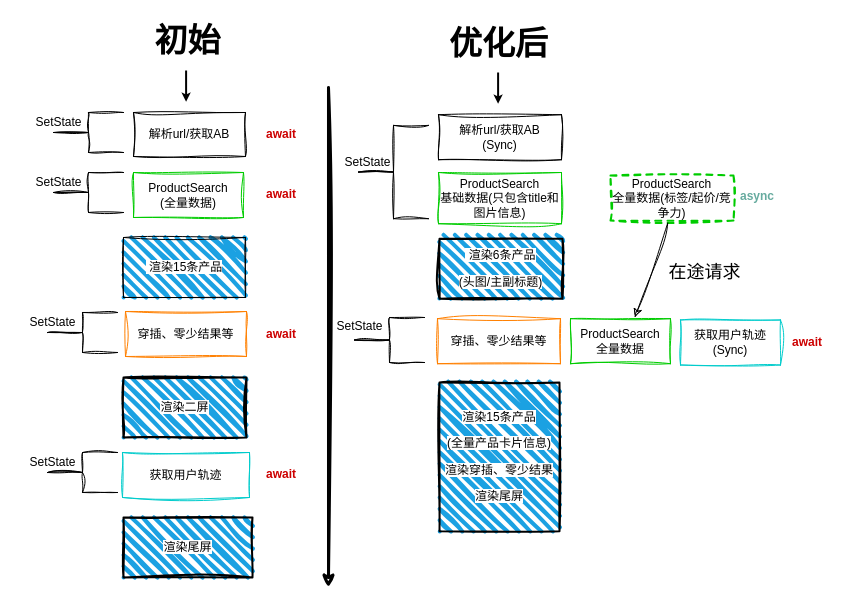
The draw.io diagram page "简约版" (2 of 5) of performance/list优化.drawio in weixiaoH/free, before the edit. Source tidied: cells renumbered, new cells numbered last; positions are measured from the earlier drawing's top-left corner, leaving out a move shared by most shapes. Both pictures are drawn from the tidied source at 100%, with x=0, y=0 at pixel (17, 17).
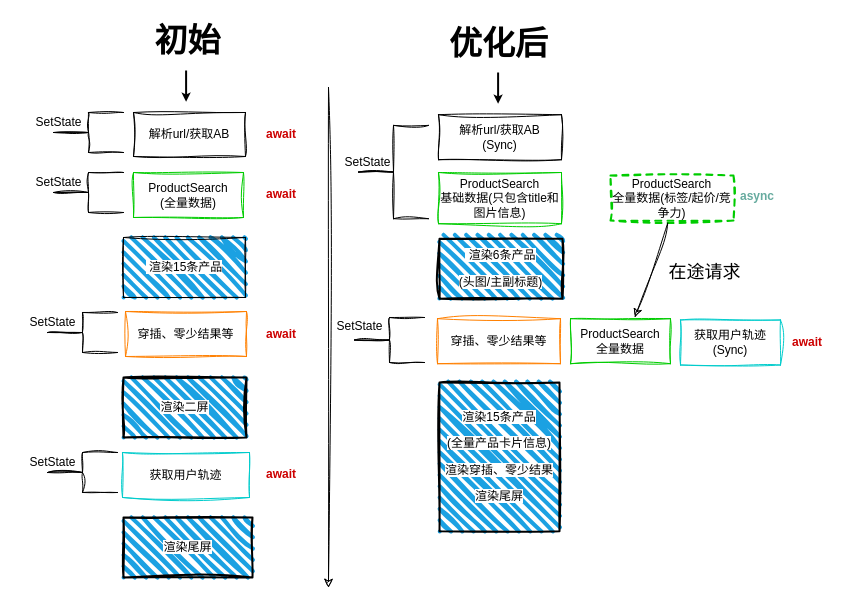
After the change.

The change refers to these unchanged cells:
```xml
<mxCell id="2" style="group;sketch=1;curveFitting=1;jiggle=2;rounded=0;" parent="1" vertex="1">
  <mxGeometry x="6" y="70" width="773" height="500" as="geometry" />
</mxCell>
```

What changed in the source:
```diff
@@
-    <mxCell id="3" style="endArrow=classic;html=1;rounded=0;strokeWidth=3;sketch=1;curveFitting=1;jiggle=2;" parent="2" edge="1">
+    <mxCell id="3" style="endArrow=classic;html=1;rounded=0;strokeWidth=1;sketch=1;curveFitting=1;jiggle=2;" parent="2" edge="1">
       <mxGeometry relative="1" as="geometry">
         <mxPoint x="305" as="sourcePoint" />
         <mxPoint x="305" y="500" as="targetPoint" />
       </mxGeometry>
     </mxCell>
```
